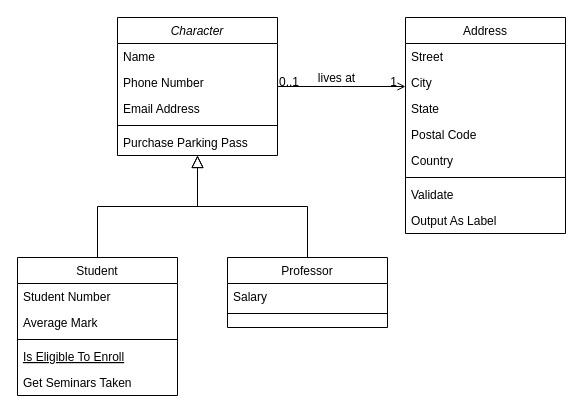
The draw.io diagram Untitled Diagram.drawio in Mstxz/Elven-Abyss-Game, before the edit. Source tidied: cells renumbered, new cells numbered last; positions are measured from the earlier drawing's top-left corner, leaving out a move shared by most shapes. Both pictures are drawn from the tidied source at 100%, with x=0, y=0 at pixel (17, 17).
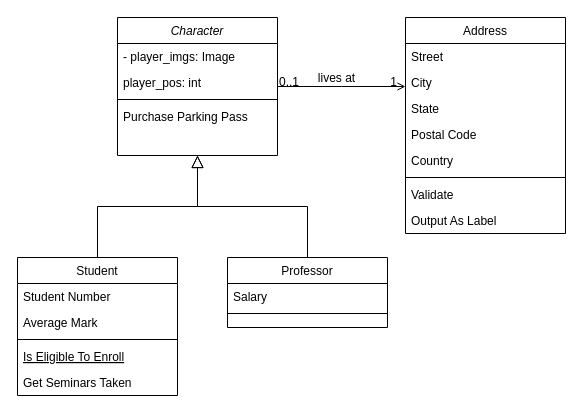
After the change.

The change refers to these unchanged cells:
```xml
<mxCell id="2" value="Character" style="swimlane;fontStyle=2;align=center;verticalAlign=top;horizontal=1;startSize=26;rounded=0;shadow=0;strokeWidth=1;" parent="1" vertex="1">
  <mxGeometry x="100" width="160" height="138" as="geometry" />
</mxCell>
```

Diff of the diagram source:
```diff
@@
-    <mxCell id="3" value="Name" style="text;align=left;verticalAlign=top;spacingLeft=4;spacingRight=4;overflow=hidden;" parent="2" vertex="1">
-      <mxGeometry y="26" width="160" height="26" as="geometry" />
-    </mxCell>
-    <mxCell id="4" value="Phone Number" style="text;align=left;verticalAlign=top;spacingLeft=4;spacingRight=4;overflow=hidden;rounded=0;shadow=0;html=0;" parent="2" vertex="1">
-      <mxGeometry y="52" width="160" height="26" as="geometry" />
+    <mxCell id="4" value="- player_imgs: Image" style="text;align=left;verticalAlign=top;spacingLeft=4;spacingRight=4;overflow=hidden;rounded=0;shadow=0;html=0;" parent="2" vertex="1">
+      <mxGeometry y="26" width="160" height="26" as="geometry" />
     </mxCell>
-    <mxCell id="5" value="Email Address" style="text;align=left;verticalAlign=top;spacingLeft=4;spacingRight=4;overflow=hidden;rounded=0;shadow=0;html=0;" parent="2" vertex="1">
-      <mxGeometry y="78" width="160" height="26" as="geometry" />
+    <mxCell id="5" value="player_pos: int" style="text;align=left;verticalAlign=top;spacingLeft=4;spacingRight=4;overflow=hidden;rounded=0;shadow=0;html=0;" parent="2" vertex="1">
+      <mxGeometry y="52" width="160" height="26" as="geometry" />
     </mxCell>
     <mxCell id="6" style="line;html=1;strokeWidth=1;align=left;verticalAlign=middle;spacingTop=-1;spacingLeft=3;spacingRight=3;labelPosition=right;" parent="2" vertex="1">
-      <mxGeometry y="104" width="160" height="8" as="geometry" />
+      <mxGeometry y="78" width="160" height="8" as="geometry" />
     </mxCell>
     <mxCell id="7" value="Purchase Parking Pass" style="text;align=left;verticalAlign=top;spacingLeft=4;spacingRight=4;overflow=hidden;" parent="2" vertex="1">
-      <mxGeometry y="112" width="160" height="26" as="geometry" />
+      <mxGeometry y="86" width="160" height="26" as="geometry" />
     </mxCell>
```
